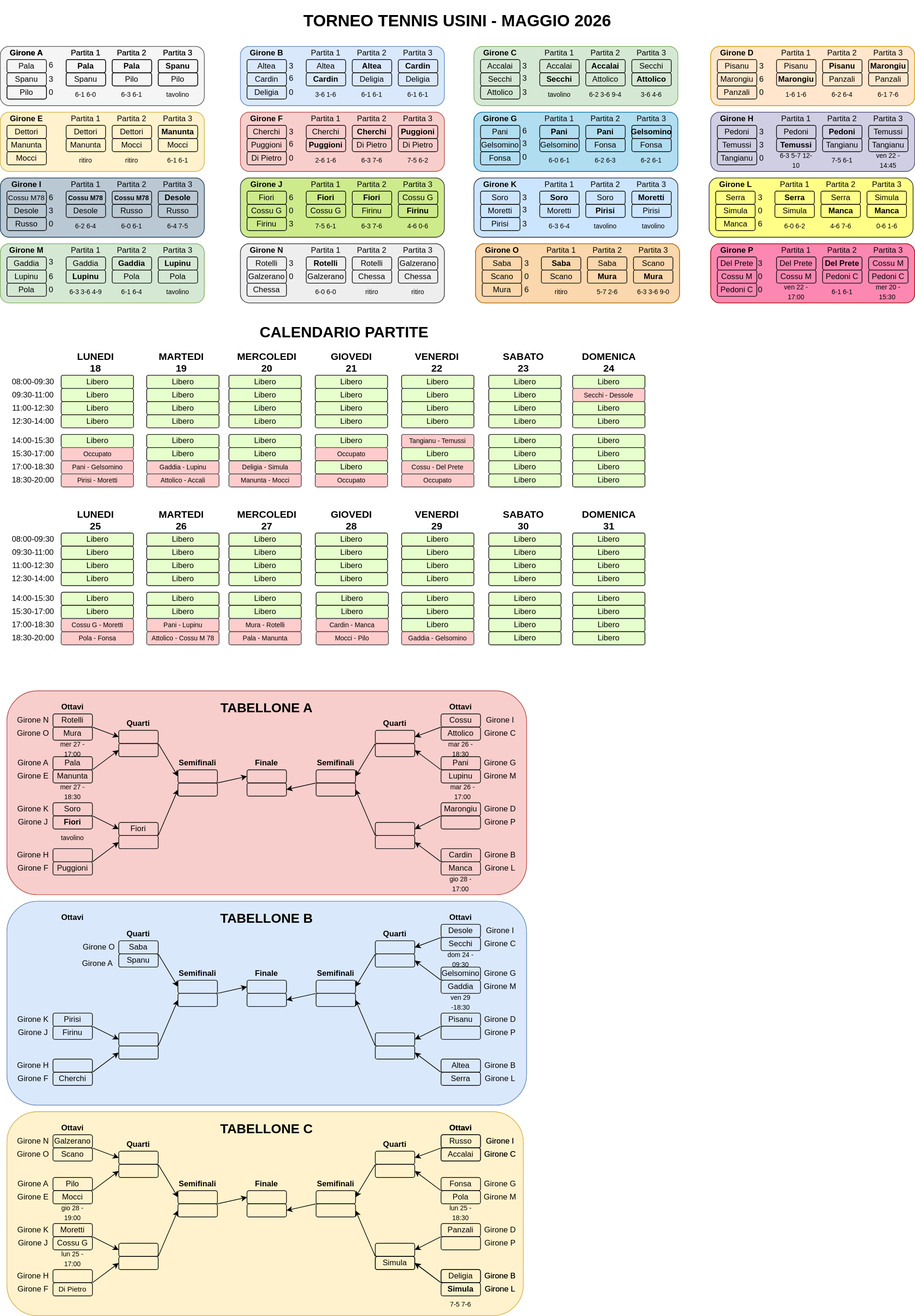
This is torneo-tennis-2026/tabellone.drawio.svg from cscalaresu/tornei, a draw.io export, as it was before one commit. Source tidied: cells renumbered, new cells last; positions are measured from the earlier drawing's top-left corner, leaving out a move shared by most shapes.
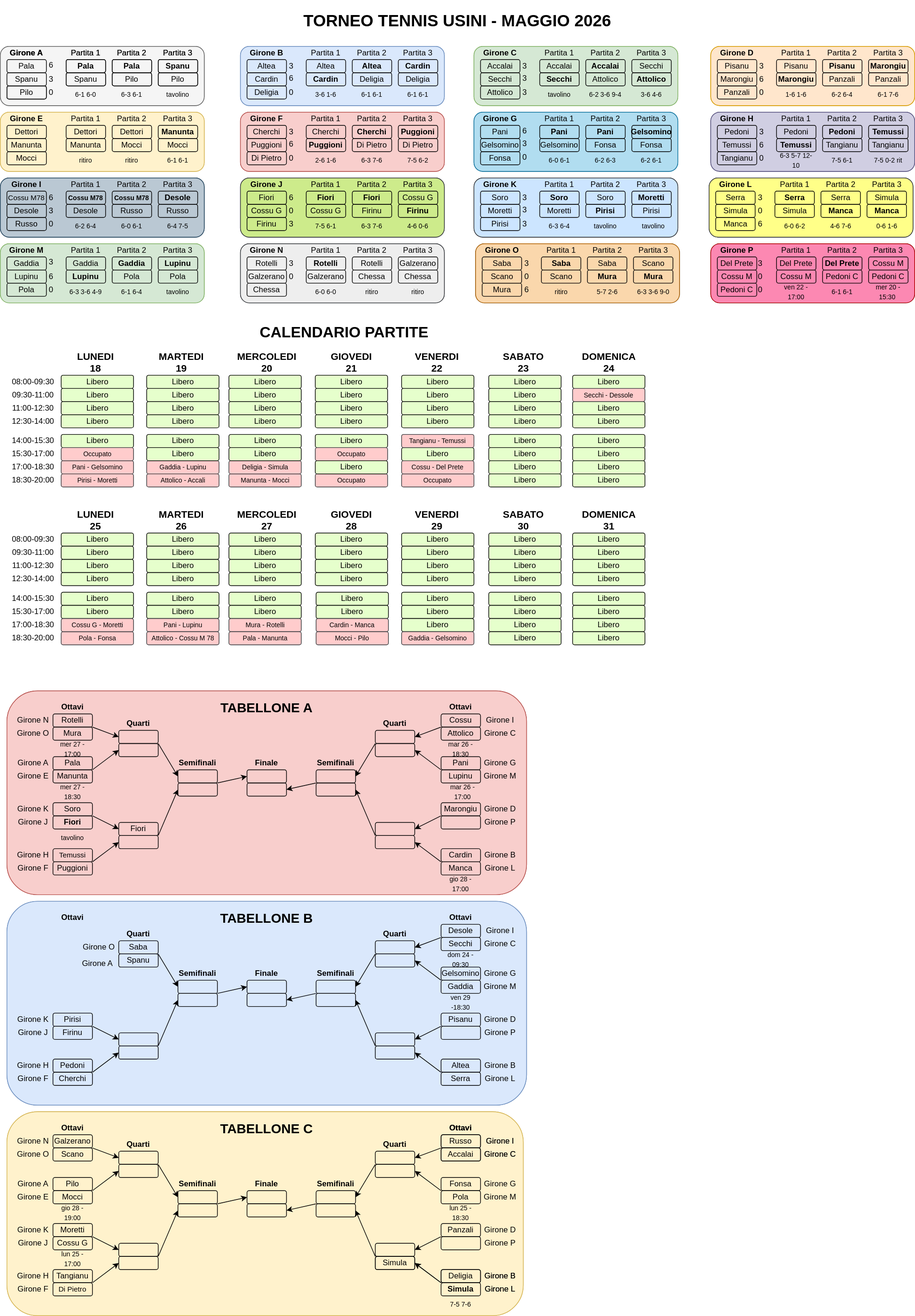
After the change.

Diff of the diagram source:
```diff
@@ -566,7 +566,7 @@
     <mxCell id="189" value="Temussi" style="rounded=1;whiteSpace=wrap;html=1;fillColor=none;fontStyle=1;" parent="1" vertex="1">
       <mxGeometry x="1180" y="210" width="60" height="20" as="geometry" />
     </mxCell>
-    <mxCell id="190" value="Temussi" style="rounded=1;whiteSpace=wrap;html=1;fillColor=none;" parent="1" vertex="1">
+    <mxCell id="190" value="Temussi" style="rounded=1;whiteSpace=wrap;html=1;fillColor=none;fontStyle=1;" parent="1" vertex="1">
       <mxGeometry x="1320" y="190" width="60" height="20" as="geometry" />
     </mxCell>
     <mxCell id="191" style="rounded=1;whiteSpace=wrap;html=1;fillColor=none;fontStyle=0;" parent="1" vertex="1">
@@ -1445,7 +1445,7 @@
     <mxCell id="480" value="Girone J" style="text;html=1;align=center;verticalAlign=middle;whiteSpace=wrap;rounded=0;" parent="1" vertex="1">
       <mxGeometry x="20" y="1235" width="60" height="30" as="geometry" />
     </mxCell>
-    <mxCell id="481" value="&lt;font style=&quot;font-size: 11px;&quot;&gt;&lt;br&gt;&lt;/font&gt;" style="rounded=1;whiteSpace=wrap;html=1;fillColor=none;fontStyle=1;" parent="1" vertex="1">
+    <mxCell id="481" value="&lt;font style=&quot;font-size: 11px; font-weight: normal;&quot;&gt;Temussi&lt;/font&gt;" style="rounded=1;whiteSpace=wrap;html=1;fillColor=none;fontStyle=1;" parent="1" vertex="1">
       <mxGeometry x="80" y="1290" width="60" height="20" as="geometry" />
     </mxCell>
     <mxCell id="482" value="&lt;span style=&quot;font-weight: normal;&quot;&gt;Puggioni&lt;/span&gt;" style="rounded=1;whiteSpace=wrap;html=1;fillColor=none;fontStyle=1;" parent="1" vertex="1">
@@ -1636,7 +1636,7 @@
     <mxCell id="543" value="Girone J" style="text;html=1;align=center;verticalAlign=middle;whiteSpace=wrap;rounded=0;" parent="1" vertex="1">
       <mxGeometry x="20" y="1555" width="60" height="30" as="geometry" />
     </mxCell>
-    <mxCell id="544" style="rounded=1;whiteSpace=wrap;html=1;fillColor=none;" parent="1" vertex="1">
+    <mxCell id="544" value="Pedoni" style="rounded=1;whiteSpace=wrap;html=1;fillColor=none;" parent="1" vertex="1">
       <mxGeometry x="80" y="1610" width="60" height="20" as="geometry" />
     </mxCell>
     <mxCell id="545" value="Cherchi" style="rounded=1;whiteSpace=wrap;html=1;fillColor=none;" parent="1" vertex="1">
@@ -1836,7 +1836,7 @@
     <mxCell id="609" value="Girone J" style="text;html=1;align=center;verticalAlign=middle;whiteSpace=wrap;rounded=0;" parent="1" vertex="1">
       <mxGeometry x="20" y="1875" width="60" height="30" as="geometry" />
     </mxCell>
-    <mxCell id="610" style="rounded=1;whiteSpace=wrap;html=1;fillColor=none;" parent="1" vertex="1">
+    <mxCell id="610" value="Tangianu" style="rounded=1;whiteSpace=wrap;html=1;fillColor=none;" parent="1" vertex="1">
       <mxGeometry x="80" y="1930" width="60" height="20" as="geometry" />
     </mxCell>
     <mxCell id="611" value="&lt;font style=&quot;font-size: 11px;&quot;&gt;Di Pietro&lt;/font&gt;" style="rounded=1;whiteSpace=wrap;html=1;fillColor=none;" parent="1" vertex="1">
@@ -2402,7 +2402,7 @@
     <mxCell id="796" value="0" style="text;html=1;whiteSpace=wrap;strokeColor=none;fillColor=none;align=center;verticalAlign=middle;rounded=0;" parent="1" vertex="1">
       <mxGeometry x="70" y="327.5" width="15" height="25" as="geometry" />
     </mxCell>
-    <mxCell id="797" value="3" style="text;html=1;whiteSpace=wrap;strokeColor=none;fillColor=none;align=center;verticalAlign=middle;rounded=0;" parent="1" vertex="1">
+    <mxCell id="797" value="6" style="text;html=1;whiteSpace=wrap;strokeColor=none;fillColor=none;align=center;verticalAlign=middle;rounded=0;" parent="1" vertex="1">
       <mxGeometry x="1150" y="207.5" width="15" height="25" as="geometry" />
     </mxCell>
     <mxCell id="798" value="0" style="text;html=1;whiteSpace=wrap;strokeColor=none;fillColor=none;align=center;verticalAlign=middle;rounded=0;" parent="1" vertex="1">
@@ -2699,7 +2699,7 @@
     <mxCell id="895" value="&lt;font style=&quot;font-size: 10px;&quot;&gt;Tangianu - Temussi&lt;/font&gt;" style="rounded=1;whiteSpace=wrap;html=1;fillColor=#ffcccc;strokeColor=#36393d;" parent="1" vertex="1">
       <mxGeometry x="610" y="660" width="110" height="20" as="geometry" />
     </mxCell>
-    <mxCell id="896" value="&lt;font style=&quot;font-size: 10px;&quot;&gt;ven 22 - 14:45&lt;/font&gt;" style="text;html=1;whiteSpace=wrap;strokeColor=none;fillColor=none;align=center;verticalAlign=middle;rounded=0;" parent="1" vertex="1">
+    <mxCell id="896" value="&lt;font style=&quot;font-size: 10px;&quot;&gt;7-5 0-2 rit&lt;/font&gt;" style="text;html=1;whiteSpace=wrap;strokeColor=none;fillColor=none;align=center;verticalAlign=middle;rounded=0;" parent="1" vertex="1">
       <mxGeometry x="1320" y="230" width="60" height="25" as="geometry" />
     </mxCell>
     <mxCell id="897" value="&lt;font style=&quot;font-size: 10px;&quot;&gt;7-5 7-6&lt;/font&gt;" style="text;html=1;whiteSpace=wrap;strokeColor=none;fillColor=none;align=center;verticalAlign=middle;rounded=0;" parent="1" vertex="1">
```
